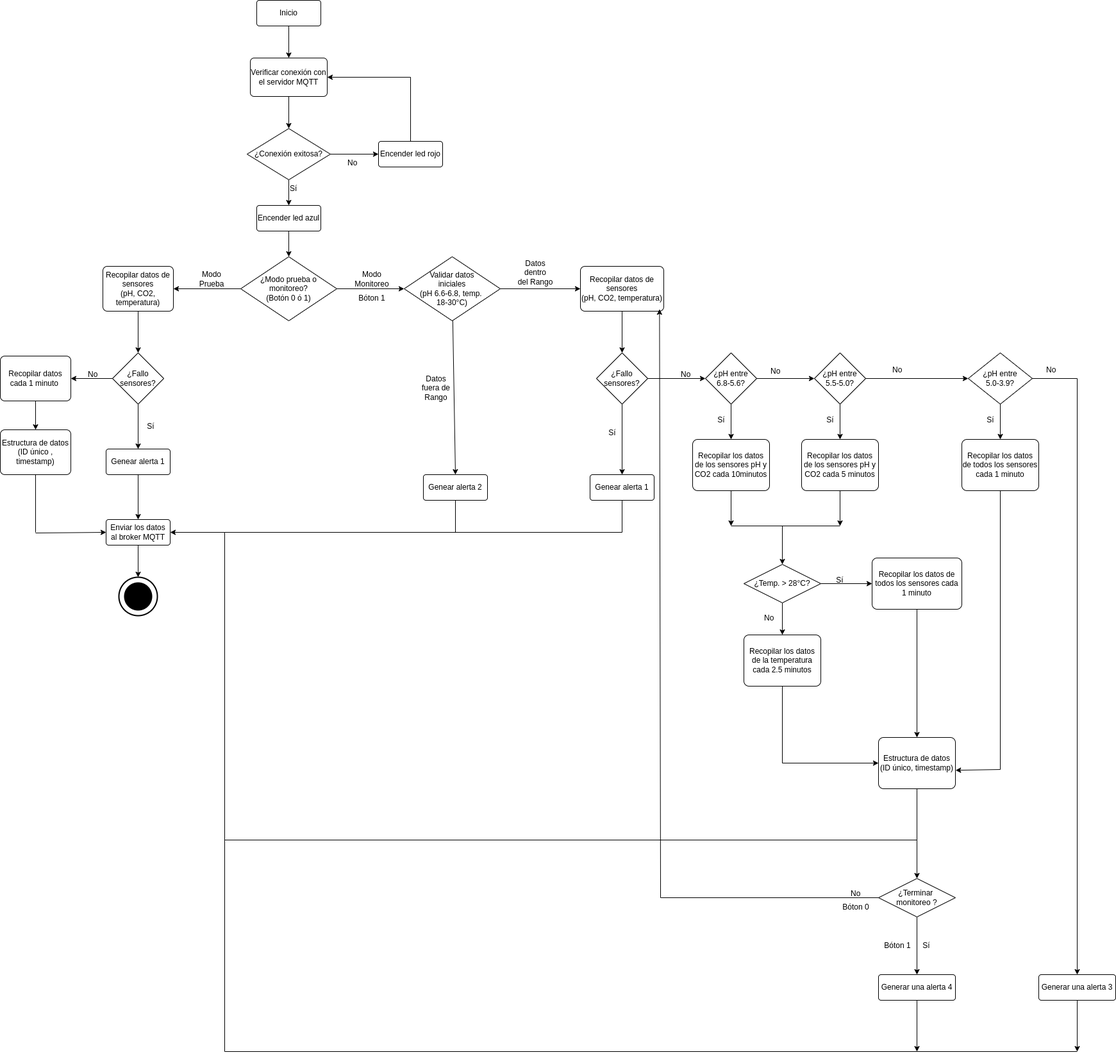
Above: UML/Modulo1/Diseno/diagrama.drawio.png in miicxitl-kin/Proyecto-Terminal-1-y-2 (draw.io), before the change. Source tidied: cells renumbered, new cells last; positions are measured from the earlier drawing's top-left corner, leaving out a move shared by most shapes.
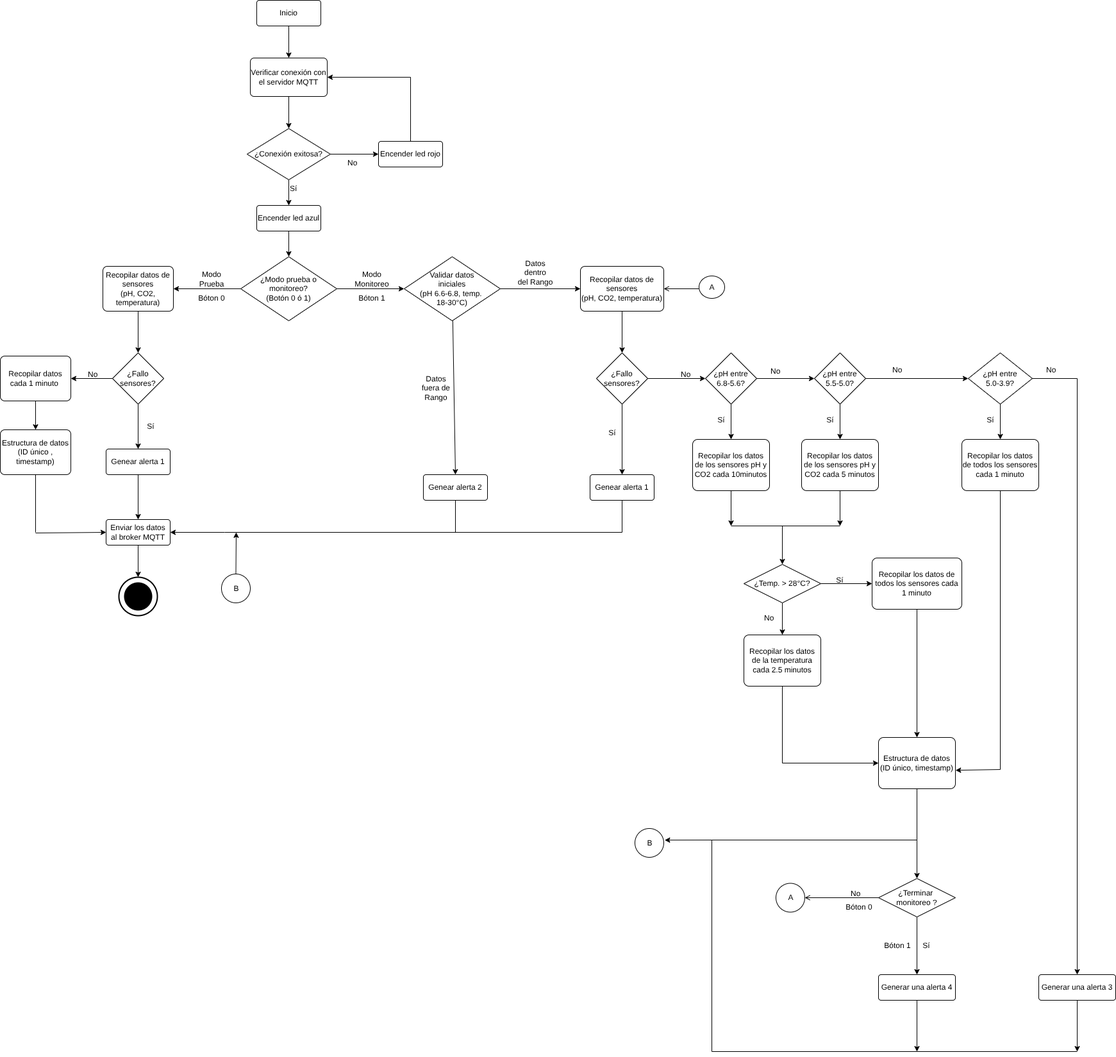
The same file after the commit.

The edit, as a diff of the source:
```diff
@@ -66,7 +66,7 @@
       <mxGeometry x="300" y="420" width="60" height="30" as="geometry" />
     </mxCell>
     <mxCell id="21" value="Bóton 0" style="text;html=1;align=center;verticalAlign=middle;whiteSpace=wrap;rounded=0;" parent="1" vertex="1">
-      <mxGeometry x="1305" y="1400" width="60" height="30" as="geometry" />
+      <mxGeometry x="1310" y="1400" width="60" height="30" as="geometry" />
     </mxCell>
     <mxCell id="22" value="Estructura de datos&lt;div&gt;&lt;font style=&quot;color: rgb(0, 0, 0);&quot;&gt;(ID único , timestamp)&lt;/font&gt;&lt;/div&gt;" style="rounded=1;arcSize=10;whiteSpace=wrap;html=1;align=center;" parent="1" vertex="1">
       <mxGeometry y="670" width="110" height="70" as="geometry" />
@@ -298,37 +298,21 @@
     <mxCell id="90" value="&lt;div style=&quot;text-align: center;&quot;&gt;&lt;span style=&quot;background-color: transparent;&quot;&gt;No&lt;/span&gt;&lt;/div&gt;" style="text;whiteSpace=wrap;html=1;" parent="1" vertex="1">
       <mxGeometry x="1060" y="570" width="40" height="20" as="geometry" />
     </mxCell>
-    <mxCell id="91" style="endArrow=classic;html=1;entryX=0.949;entryY=0.957;entryDx=0;entryDy=0;entryPerimeter=0;" parent="1" edge="1" target="43">
-      <mxGeometry relative="1" as="geometry">
-        <mxPoint x="1030" y="1400" as="sourcePoint" />
-      </mxGeometry>
-    </mxCell>
-    <mxCell id="92" style="endArrow=none;html=1;entryX=0;entryY=0.5;entryDx=0;entryDy=0;" parent="1" edge="1" target="87">
-      <mxGeometry relative="1" as="geometry">
-        <mxPoint x="1030" y="1400" as="sourcePoint" />
-      </mxGeometry>
-    </mxCell>
     <mxCell id="93" value="&lt;div style=&quot;text-align: center;&quot;&gt;&lt;span style=&quot;background-color: transparent;&quot;&gt;No&lt;/span&gt;&lt;/div&gt;" style="text;whiteSpace=wrap;html=1;" parent="1" vertex="1">
       <mxGeometry x="1325" y="1380" width="20" height="20" as="geometry" />
     </mxCell>
     <mxCell id="94" style="endArrow=none;html=1;" parent="1" edge="1">
       <mxGeometry relative="1" as="geometry">
-        <mxPoint x="350" y="1310" as="sourcePoint" />
+        <mxPoint x="1110" y="1310" as="sourcePoint" />
         <mxPoint x="1430" y="1310" as="targetPoint" />
       </mxGeometry>
     </mxCell>
     <mxCell id="95" style="endArrow=none;html=1;" parent="1" edge="1">
       <mxGeometry relative="1" as="geometry">
-        <mxPoint x="350" y="1640" as="sourcePoint" />
+        <mxPoint x="1110" y="1640" as="sourcePoint" />
         <mxPoint x="1680" y="1640" as="targetPoint" />
       </mxGeometry>
     </mxCell>
-    <mxCell id="96" style="endArrow=none;html=1;" parent="1" edge="1">
-      <mxGeometry relative="1" as="geometry">
-        <mxPoint x="350" y="1640" as="sourcePoint" />
-        <mxPoint x="350" y="830" as="targetPoint" />
-      </mxGeometry>
-    </mxCell>
     <mxCell id="97" style="endArrow=classic;html=1;entryX=1;entryY=0.5;entryDx=0;entryDy=0;" parent="1" edge="1" target="31">
       <mxGeometry relative="1" as="geometry">
         <mxPoint x="350" y="830" as="sourcePoint" />
@@ -383,5 +367,44 @@
     <mxCell id="109" value="Bóton 1" style="text;html=1;align=center;verticalAlign=middle;whiteSpace=wrap;rounded=0;" parent="1" vertex="1">
       <mxGeometry x="1370" y="1460" width="60" height="30" as="geometry" />
     </mxCell>
+    <mxCell id="110" value="A" style="ellipse;html=1;" parent="1" vertex="1">
+      <mxGeometry x="1210" y="1377.5" width="45" height="45" as="geometry" />
+    </mxCell>
+    <mxCell id="111" style="endArrow=open;html=1;rounded=0;align=center;verticalAlign=top;endFill=0;labelBackgroundColor=none;endSize=6;exitX=0;exitY=0.5;exitDx=0;exitDy=0;entryX=1;entryY=0.5;entryDx=0;entryDy=0;" parent="1" edge="1" source="87" target="110">
+      <mxGeometry relative="1" as="geometry" />
+    </mxCell>
+    <mxCell id="112" value="A" style="ellipse;html=1;" parent="1" vertex="1">
+      <mxGeometry x="1090" y="430" width="40" height="35" as="geometry" />
+    </mxCell>
+    <mxCell id="113" style="endArrow=open;html=1;rounded=0;align=center;verticalAlign=top;endFill=0;labelBackgroundColor=none;endSize=6;entryX=1;entryY=0.5;entryDx=0;entryDy=0;" parent="1" edge="1" target="43">
+      <mxGeometry relative="1" as="geometry">
+        <mxPoint x="1090" y="450" as="sourcePoint" />
+      </mxGeometry>
+    </mxCell>
+    <mxCell id="114" style="endArrow=none;html=1;" parent="1" edge="1">
+      <mxGeometry relative="1" as="geometry">
+        <mxPoint x="1110" y="1640" as="sourcePoint" />
+        <mxPoint x="1110" y="1310" as="targetPoint" />
+      </mxGeometry>
+    </mxCell>
+    <mxCell id="115" style="edgeStyle=none;html=1;entryX=1.031;entryY=0.403;entryDx=0;entryDy=0;entryPerimeter=0;" parent="1" edge="1" target="116">
+      <mxGeometry relative="1" as="geometry">
+        <mxPoint x="1110" y="1310" as="sourcePoint" />
+      </mxGeometry>
+    </mxCell>
+    <mxCell id="116" value="B" style="ellipse;html=1;" parent="1" vertex="1">
+      <mxGeometry x="990" y="1292" width="45" height="45" as="geometry" />
+    </mxCell>
+    <mxCell id="117" style="edgeStyle=none;html=1;" parent="1" edge="1" source="118">
+      <mxGeometry relative="1" as="geometry">
+        <mxPoint x="368" y="830" as="targetPoint" />
+      </mxGeometry>
+    </mxCell>
+    <mxCell id="118" value="B" style="ellipse;html=1;" parent="1" vertex="1">
+      <mxGeometry x="345" y="895" width="45" height="45" as="geometry" />
+    </mxCell>
+    <mxCell id="119" value="Bóton 0" style="text;html=1;align=center;verticalAlign=middle;whiteSpace=wrap;rounded=0;" parent="1" vertex="1">
+      <mxGeometry x="300" y="450" width="60" height="30" as="geometry" />
+    </mxCell>
   </root>
 </mxGraphModel>
```
